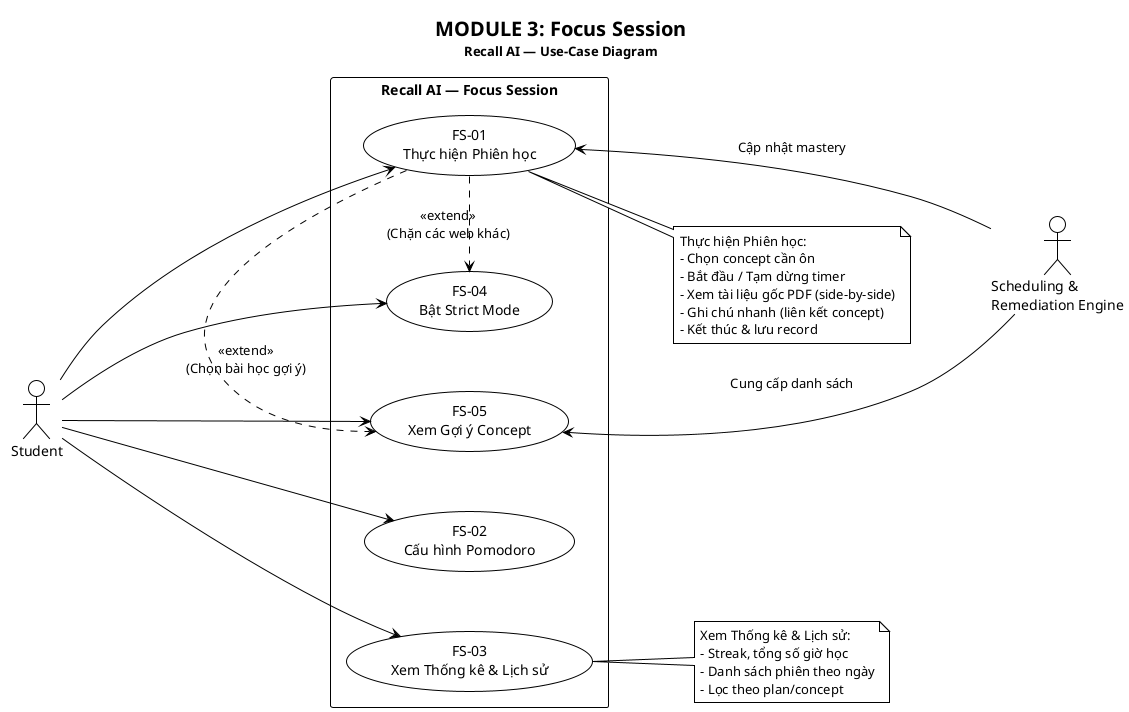
This is pa/pa2/Use-case model/UC-03_FocusSession.png from Lade1q/planning-ai, a PlantUML export, as it was before one commit.
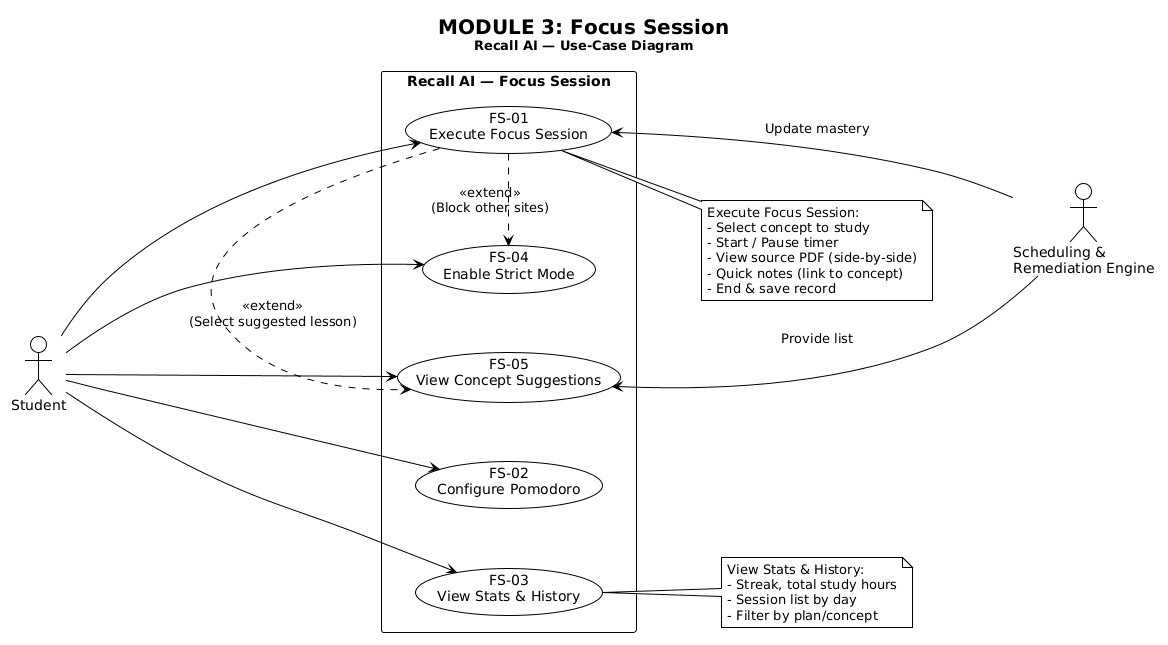
Later version of the same file.

What changed in the source:
```diff
@@ -1,4 +1,4 @@
-@startuml UC-03_FocusSession
+@startuml
 !theme plain
 skinparam shadowing false
 skinparam nodesep 60
@@ -54,15 +54,15 @@
 
 rectangle "Recall AI — Focus Session" as SYS {
 
-  usecase "FS-01\nThực hiện Phiên học" as fs01
+  usecase "FS-01\nExecute Focus Session" as fs01
 
-  usecase "FS-02\nCấu hình Pomodoro" as fs02
+  usecase "FS-02\nConfigure Pomodoro" as fs02
 
-  usecase "FS-03\nXem Thống kê & Lịch sử" as fs03
+  usecase "FS-03\nView Stats & History" as fs03
 
-  usecase "FS-04\nBật Strict Mode" as fs06
+  usecase "FS-04\nEnable Strict Mode" as fs06
 
-  usecase "FS-05\nXem Gợi ý Concept" as fs07
+  usecase "FS-05\nView Concept Suggestions" as fs07
 
 }
 
@@ -72,28 +72,27 @@
 STU ---> fs06
 STU ---> fs07
 
-fs07 <--- SRE : Cung cấp danh sách
-fs01 <--- SRE : Cập nhật mastery
+fs07 <--- SRE : Provide list
+fs01 <--- SRE : Update mastery
 
-fs01 .right.> fs06 : <<extend>>\n(Chặn các web khác)
-fs01 .right.> fs07 : <<extend>>\n(Chọn bài học gợi ý)
+fs01 .right.> fs06 : <<extend>>\n(Block other sites)
+fs01 .right.> fs07 : <<extend>>\n(Select suggested lesson)
 
 note as n1
-  Thực hiện Phiên học:
-  - Chọn concept cần ôn
-  - Bắt đầu / Tạm dừng timer
-  - Xem tài liệu gốc PDF (side-by-side)
-  - Ghi chú nhanh (liên kết concept)
-  - Kết thúc & lưu record
+  Execute Focus Session:
+  - Select concept to study
+  - Start / Pause timer
+  - View source PDF (side-by-side)
+  - Quick notes (link to concept)
+  - End & save record
 end note
 fs01 .. n1
 
 note as n3
-  Xem Thống kê & Lịch sử:
-  - Streak, tổng số giờ học
-  - Danh sách phiên theo ngày
-  - Lọc theo plan/concept
+  View Stats & History:
+  - Streak, total study hours
+  - Session list by day
+  - Filter by plan/concept
 end note
 fs03 .. n3
-
 @enduml
```
